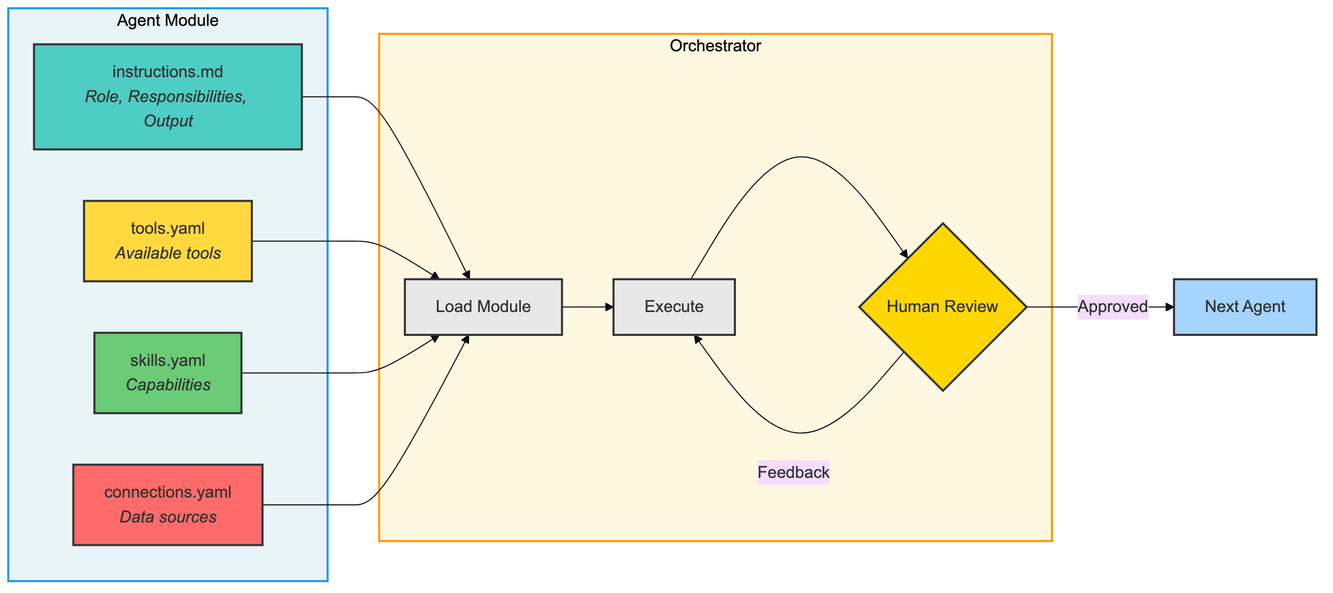
The Mermaid diagram images/chapter-3/modular_agent_architecture.png in RDEWAI/Redefining-DataEngineering-With-AI, before a commit. Its source is kept beside it as images/chapter-3/modular_agent_architecture.mmd. The source it was exported from:
```mermaid
%%{init: {'theme': 'base', 'themeVariables': { 'fontSize': '16px', 'fontFamily': 'arial'}}}%%
flowchart LR
    subgraph Module["Agent Module"]
        direction TB
        INS["instructions.md<br/><i>Role, Responsibilities, Output</i>"]
        TOOLS["tools.yaml<br/><i>Available tools</i>"]
        SKILLS["skills.yaml<br/><i>Capabilities</i>"]
        CONN["connections.yaml<br/><i>Data sources</i>"]
    end

    subgraph Orch["Orchestrator"]
        direction TB
        LOAD[Load Module]
        EXEC[Execute]
        REVIEW{Human Review}
    end

    INS --> LOAD
    TOOLS --> LOAD
    SKILLS --> LOAD
    CONN --> LOAD
    LOAD --> EXEC --> REVIEW
    REVIEW -->|Approved| NEXT[Next Agent]
    REVIEW -->|Feedback| EXEC

    style INS fill:#4ecdc4,stroke:#333,stroke-width:2px
    style TOOLS fill:#ffd93d,stroke:#333,stroke-width:2px
    style SKILLS fill:#6bcb77,stroke:#333,stroke-width:2px
    style CONN fill:#ff6b6b,stroke:#333,stroke-width:2px
    style LOAD fill:#e8e8e8,stroke:#333,stroke-width:2px
    style EXEC fill:#e8e8e8,stroke:#333,stroke-width:2px
    style REVIEW fill:#ffd700,stroke:#333,stroke-width:2px
    style NEXT fill:#a5d4ff,stroke:#333,stroke-width:2px
    style Module fill:#e8f4f8,stroke:#2196F3,stroke-width:2px
    style Orch fill:#fff8e1,stroke:#FF9800,stroke-width:2px
```
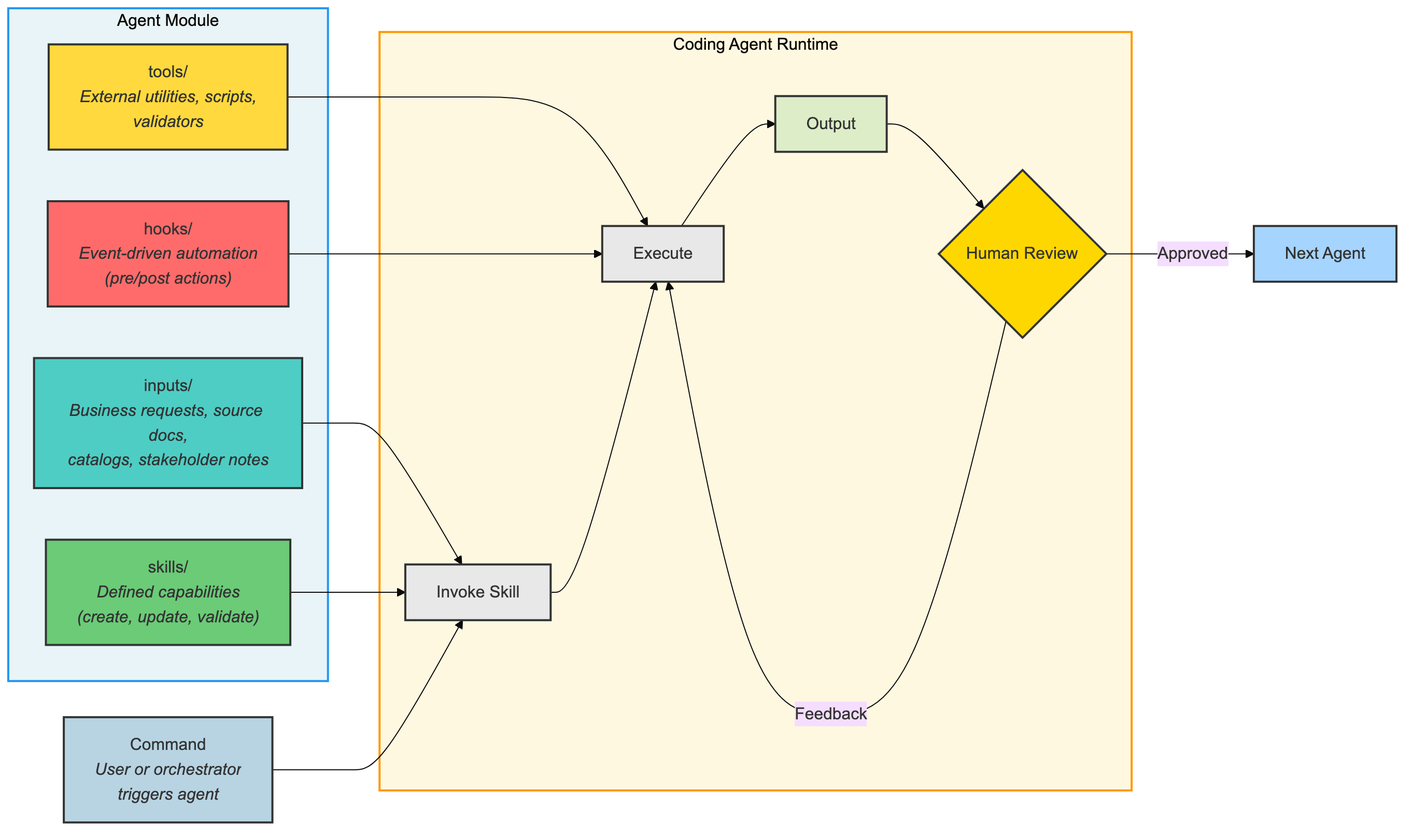
The same diagram one commit later.

What changed in the source:
```diff
@@ -2,33 +2,40 @@
 flowchart LR
     subgraph Module["Agent Module"]
         direction TB
-        INS["instructions.md<br/><i>Role, Responsibilities, Output</i>"]
-        TOOLS["tools.yaml<br/><i>Available tools</i>"]
-        SKILLS["skills.yaml<br/><i>Capabilities</i>"]
-        CONN["connections.yaml<br/><i>Data sources</i>"]
+        INPUTS["inputs/<br/><i>Business requests, source docs,<br/>catalogs, stakeholder notes</i>"]
+        TOOLS["tools/<br/><i>External utilities, scripts,<br/>validators</i>"]
+        SKILLS["skills/<br/><i>Defined capabilities<br/>(create, update, validate)</i>"]
+        HOOKS["hooks/<br/><i>Event-driven automation<br/>(pre/post actions)</i>"]
     end
 
-    subgraph Orch["Orchestrator"]
+    CMD["Command<br/><i>User or orchestrator<br/>triggers agent</i>"]
+
+    subgraph Orch["Coding Agent Runtime"]
         direction TB
-        LOAD[Load Module]
+        INVOKE[Invoke Skill]
         EXEC[Execute]
+        OUTPUT[Output]
         REVIEW{Human Review}
     end
 
-    INS --> LOAD
-    TOOLS --> LOAD
-    SKILLS --> LOAD
-    CONN --> LOAD
-    LOAD --> EXEC --> REVIEW
+    INPUTS --> INVOKE
+    TOOLS --> EXEC
+    SKILLS --> INVOKE
+    HOOKS --> EXEC
+
+    CMD --> INVOKE
+    INVOKE --> EXEC --> OUTPUT --> REVIEW
     REVIEW -->|Approved| NEXT[Next Agent]
     REVIEW -->|Feedback| EXEC
 
-    style INS fill:#4ecdc4,stroke:#333,stroke-width:2px
+    style INPUTS fill:#4ecdc4,stroke:#333,stroke-width:2px
     style TOOLS fill:#ffd93d,stroke:#333,stroke-width:2px
     style SKILLS fill:#6bcb77,stroke:#333,stroke-width:2px
-    style CONN fill:#ff6b6b,stroke:#333,stroke-width:2px
-    style LOAD fill:#e8e8e8,stroke:#333,stroke-width:2px
+    style HOOKS fill:#ff6b6b,stroke:#333,stroke-width:2px
+    style CMD fill:#b8d4e3,stroke:#333,stroke-width:2px
+    style INVOKE fill:#e8e8e8,stroke:#333,stroke-width:2px
     style EXEC fill:#e8e8e8,stroke:#333,stroke-width:2px
+    style OUTPUT fill:#dcedc8,stroke:#333,stroke-width:2px
     style REVIEW fill:#ffd700,stroke:#333,stroke-width:2px
     style NEXT fill:#a5d4ff,stroke:#333,stroke-width:2px
     style Module fill:#e8f4f8,stroke:#2196F3,stroke-width:2px
```
